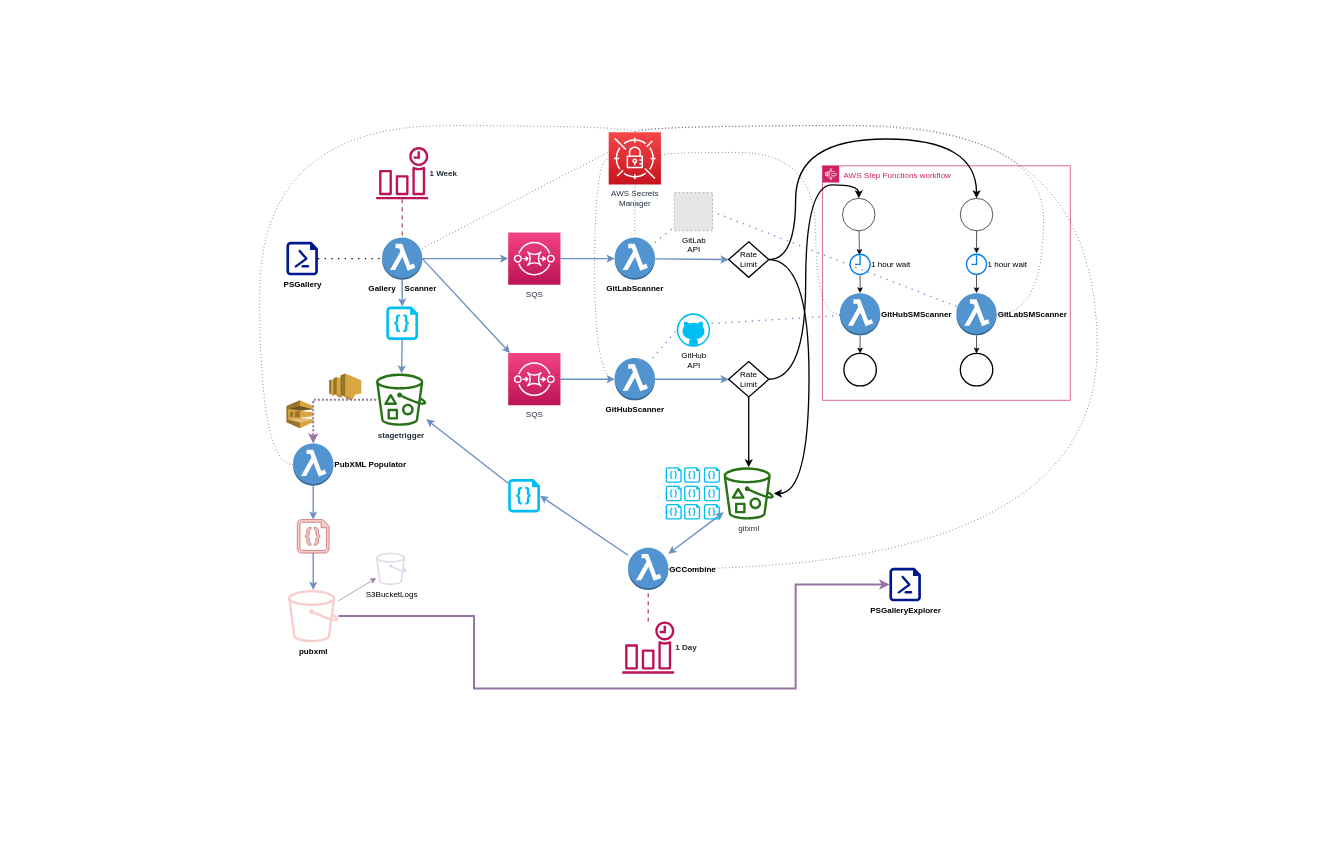
This is media/raw_diagrams/serverless_powershell_datapull.drawio from techthoughts2/PSGalleryExplorer, a draw.io file, before an edit. Source tidied: cells renumbered, new cells numbered last; positions are measured from the earlier drawing's top-left corner, leaving out a move shared by most shapes. Both pictures are drawn from the tidied source at 67%, with x=0, y=0 at pixel (259, 125). Pictures stored in the file or linked from it are replaced by grey dashed boxes.
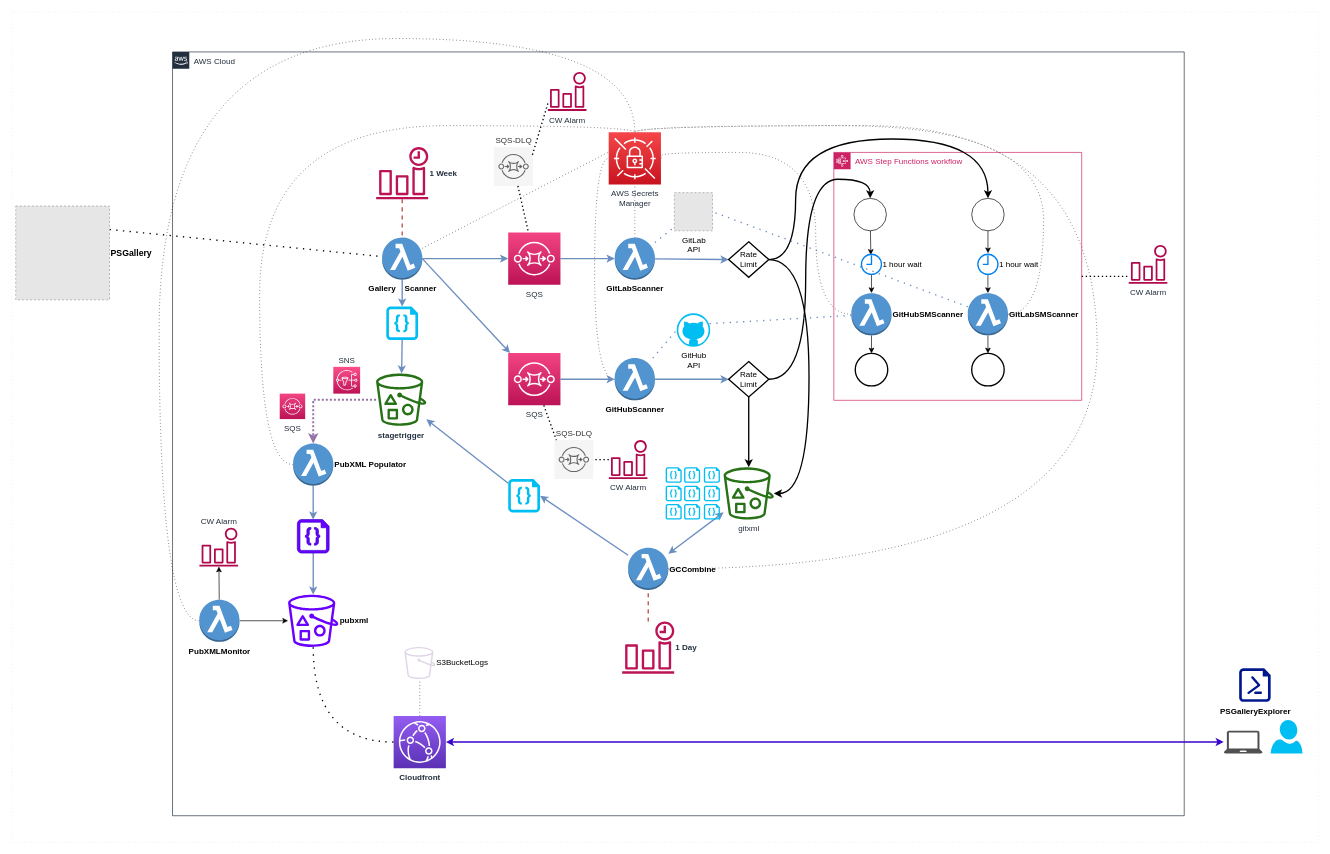
The same diagram, later.

Commit message (it also covers changes not shown here):
added cloudfront context

Unchanged cells that the change refers to:
```xml
<mxCell id="10" value="&lt;b&gt;Gallery&amp;nbsp;&amp;nbsp;&amp;nbsp; Scanner&lt;/b&gt;" style="outlineConnect=0;dashed=0;verticalLabelPosition=bottom;verticalAlign=top;align=center;html=1;shape=mxgraph.aws3.lambda_function;fillColor=#5294CF;gradientColor=none;" parent="1" vertex="1">
  <mxGeometry x="182.8" y="167" width="60" height="63" as="geometry" />
</mxCell>
<mxCell id="38" value="&lt;div&gt;Rate&lt;/div&gt;&lt;div&gt;Limit&lt;br&gt;&lt;/div&gt;" style="rhombus;whiteSpace=wrap;html=1;strokeWidth=2;" parent="1" vertex="1">
  <mxGeometry x="700" y="173.5" width="60" height="52.8" as="geometry" />
</mxCell>
<mxCell id="50" value="&lt;div&gt;Rate&lt;/div&gt;&lt;div&gt;Limit&lt;br&gt;&lt;/div&gt;" style="rhombus;whiteSpace=wrap;html=1;strokeWidth=2;" parent="1" vertex="1">
  <mxGeometry x="700" y="352.2" width="60" height="52.8" as="geometry" />
</mxCell>
<mxCell id="79" value="SQS" style="outlineConnect=0;fontColor=#232F3E;gradientColor=#F34482;gradientDirection=north;fillColor=#BC1356;strokeColor=#ffffff;dashed=0;verticalLabelPosition=bottom;verticalAlign=top;align=center;html=1;fontSize=12;fontStyle=0;shape=mxgraph.aws4.resourceIcon;resIcon=mxgraph.aws4.sqs;" parent="1" vertex="1">
  <mxGeometry x="371" y="159.5" width="78" height="78" as="geometry" />
</mxCell>
<mxCell id="81" value="SQS" style="outlineConnect=0;fontColor=#232F3E;gradientColor=#F34482;gradientDirection=north;fillColor=#BC1356;strokeColor=#ffffff;dashed=0;verticalLabelPosition=bottom;verticalAlign=top;align=center;html=1;fontSize=12;fontStyle=0;shape=mxgraph.aws4.resourceIcon;resIcon=mxgraph.aws4.sqs;" parent="1" vertex="1">
  <mxGeometry x="371" y="339.5" width="78" height="78" as="geometry" />
</mxCell>
<mxCell id="82" value="AWS Secrets&lt;br&gt;Manager" style="outlineConnect=0;fontColor=#232F3E;gradientColor=#F54749;gradientDirection=north;fillColor=#C7131F;strokeColor=#ffffff;dashed=0;verticalLabelPosition=bottom;verticalAlign=top;align=center;html=1;fontSize=12;fontStyle=0;shape=mxgraph.aws4.resourceIcon;resIcon=mxgraph.aws4.secrets_manager;" parent="1" vertex="1">
  <mxGeometry x="521" y="10" width="78" height="78" as="geometry" />
</mxCell>
```

What changed in the source:
```diff
@@
-    <mxCell id="2" style="rounded=0;jettySize=auto;html=1;startArrow=none;startFill=0;endArrow=classic;endFill=1;strokeWidth=1;fillColor=#e1d5e7;strokeColor=#9673a6;" parent="1" edge="1" source="4" target="77">
-      <mxGeometry relative="1" as="geometry" />
-    </mxCell>
-    <mxCell id="3" style="edgeStyle=orthogonalEdgeStyle;rounded=0;jettySize=auto;html=1;entryX=0;entryY=0.5;entryDx=0;entryDy=0;entryPerimeter=0;startArrow=none;startFill=0;endArrow=classic;endFill=1;strokeWidth=3;fillColor=#e1d5e7;strokeColor=#9673a6;" parent="1" edge="1" source="4" target="21">
-      <mxGeometry relative="1" as="geometry">
-        <Array as="points">
-          <mxPoint x="320" y="732" />
-          <mxPoint x="320" y="840" />
-          <mxPoint x="800" y="840" />
-          <mxPoint x="800" y="685" />
-        </Array>
-      </mxGeometry>
-    </mxCell>
-    <mxCell id="4" value="&lt;b&gt;pubxml&lt;/b&gt;" style="outlineConnect=0;fillColor=#f8cecc;strokeColor=#b85450;dashed=0;verticalLabelPosition=bottom;verticalAlign=top;align=center;html=1;fontSize=12;fontStyle=0;shape=mxgraph.aws4.bucket;" parent="1" vertex="1">
-      <mxGeometry x="42.5" y="693" width="75" height="78" as="geometry" />
-    </mxCell>
+    <mxCell id="85" style="rounded=0;whiteSpace=wrap;html=1;fillColor=none;strokeColor=#D5E8D4;strokeWidth=1;dashed=1;dashPattern=1 4;fontColor=#333333;" parent="1" vertex="1">
+      <mxGeometry x="-370" y="-170" width="1950" height="1240" as="geometry" />
+    </mxCell>
@@
-    <mxCell id="6" style="verticalLabelPosition=bottom;html=1;verticalAlign=top;align=center;strokeColor=#b85450;fillColor=#f8cecc;shape=mxgraph.azure.code_file;" parent="1" vertex="1">
+    <mxCell id="6" style="verticalLabelPosition=bottom;html=1;verticalAlign=top;align=center;strokeColor=#3700CC;fillColor=#6a00ff;shape=mxgraph.azure.code_file;fontColor=#ffffff;" parent="1" vertex="1">
       <mxGeometry x="56.2" y="588" width="47.5" height="50" as="geometry" />
     </mxCell>
@@
-    <mxCell id="11" style="dashed=0;verticalLabelPosition=bottom;verticalAlign=top;align=center;html=1;shape=mxgraph.aws3.sns;fillColor=#D9A741;gradientColor=none;" parent="1" vertex="1">
-      <mxGeometry x="103.8" y="370" width="48" height="40" as="geometry" />
-    </mxCell>
-    <mxCell id="12" style="dashed=0;verticalLabelPosition=bottom;verticalAlign=top;align=center;html=1;shape=mxgraph.aws3.sqs;fillColor=#D9A741;gradientColor=none;" parent="1" vertex="1">
-      <mxGeometry x="40" y="410" width="40" height="41.5" as="geometry" />
-    </mxCell>
@@
     <mxCell id="21" value="&lt;div&gt;&lt;b&gt;PSGalleryExplorer&lt;/b&gt;&lt;/div&gt;" style="shadow=0;dashed=0;html=1;strokeColor=none;labelPosition=center;verticalLabelPosition=bottom;verticalAlign=top;align=center;fillColor=#00188D;shape=mxgraph.azure.powershell_file;" parent="1" vertex="1">
-      <mxGeometry x="940" y="660" width="47" height="50" as="geometry" />
+      <mxGeometry x="1462" y="810" width="47" height="50" as="geometry" />
     </mxCell>
     <mxCell id="22" value="AWS Step Functions workflow" style="points=[[0,0],[0.25,0],[0.5,0],[0.75,0],[1,0],[1,0.25],[1,0.5],[1,0.75],[1,1],[0.75,1],[0.5,1],[0.25,1],[0,1],[0,0.75],[0,0.5],[0,0.25]];outlineConnect=0;gradientColor=none;html=1;whiteSpace=wrap;fontSize=12;fontStyle=0;shape=mxgraph.aws4.group;grIcon=mxgraph.aws4.group_aws_step_functions_workflow;strokeColor=#CD2264;fillColor=none;verticalAlign=top;align=left;spacingLeft=30;fontColor=#CD2264;dashed=0;" parent="1" vertex="1">
-      <mxGeometry x="840" y="60" width="370" height="350" as="geometry" />
+      <mxGeometry x="857" y="40" width="370" height="370" as="geometry" />
     </mxCell>
@@
-    <mxCell id="30" style="edgeStyle=orthogonalEdgeStyle;rounded=0;jettySize=auto;html=1;dashed=1;endArrow=none;endFill=0;strokeWidth=2;dashPattern=1 4;" parent="1" edge="1" source="31" target="10">
+    <mxCell id="30" style="rounded=0;jettySize=auto;html=1;dashed=1;endArrow=none;endFill=0;strokeWidth=2;dashPattern=1 4;exitX=1;exitY=0.25;exitDx=0;exitDy=0;" parent="1" edge="1" source="31" target="10">
       <mxGeometry relative="1" as="geometry" />
     </mxCell>
-    <mxCell id="31" value="PSGallery" style="shadow=0;dashed=0;html=1;strokeColor=none;labelPosition=center;verticalLabelPosition=bottom;verticalAlign=top;align=center;fillColor=#00188D;shape=mxgraph.azure.powershell_file;fontStyle=1;" parent="1" vertex="1">
-      <mxGeometry x="40" y="173.5" width="47" height="50" as="geometry" />
-    </mxCell>
@@
     <mxCell id="36" style="edgeStyle=orthogonalEdgeStyle;rounded=0;jettySize=auto;html=1;entryX=0.5;entryY=0;entryDx=0;entryDy=0;endArrow=classic;endFill=1;strokeWidth=2;curved=1;" parent="1" edge="1" source="38" target="59">
       <mxGeometry relative="1" as="geometry">
         <Array as="points">
           <mxPoint x="800" y="200" />
           <mxPoint x="800" y="20" />
-          <mxPoint x="1070" y="20" />
+          <mxPoint x="1087" y="20" />
         </Array>
       </mxGeometry>
     </mxCell>
@@
     <mxCell id="40" style="ellipse;whiteSpace=wrap;html=1;" parent="1" vertex="1">
-      <mxGeometry x="870" y="108.5" width="48.5" height="48.5" as="geometry" />
+      <mxGeometry x="887" y="108.5" width="48.5" height="48.5" as="geometry" />
     </mxCell>
@@
     <mxCell id="48" style="edgeStyle=orthogonalEdgeStyle;curved=1;rounded=0;jettySize=auto;html=1;entryX=0.5;entryY=0;entryDx=0;entryDy=0;endArrow=classic;endFill=1;strokeWidth=2;" parent="1" edge="1" source="50" target="40">
-      <mxGeometry relative="1" as="geometry" />
+      <mxGeometry relative="1" as="geometry">
+        <Array as="points">
+          <mxPoint x="815" y="379" />
+          <mxPoint x="815" y="80" />
+          <mxPoint x="911" y="80" />
+        </Array>
+      </mxGeometry>
     </mxCell>
@@
     <mxCell id="52" value="&lt;div&gt;1 hour wait&lt;br&gt;&lt;/div&gt;" style="html=1;verticalLabelPosition=middle;align=left;labelBackgroundColor=#ffffff;verticalAlign=middle;strokeWidth=2;strokeColor=#0080F0;shadow=0;dashed=0;shape=mxgraph.ios7.icons.clock;labelPosition=right;" parent="1" vertex="1">
-      <mxGeometry x="881.2" y="192" width="30" height="30" as="geometry" />
+      <mxGeometry x="898.2" y="192" width="30" height="30" as="geometry" />
     </mxCell>
@@
     <mxCell id="56" value="&lt;b&gt;GitHubSMScanner&lt;/b&gt;" style="outlineConnect=0;dashed=0;verticalLabelPosition=middle;verticalAlign=middle;align=left;html=1;shape=mxgraph.aws3.lambda_function;fillColor=#5294CF;gradientColor=none;labelPosition=right;" parent="1" vertex="1">
-      <mxGeometry x="866.2" y="250" width="60" height="63" as="geometry" />
+      <mxGeometry x="883.2" y="250" width="60" height="63" as="geometry" />
     </mxCell>
     <mxCell id="57" style="ellipse;whiteSpace=wrap;html=1;strokeWidth=2;" parent="1" vertex="1">
-      <mxGeometry x="872" y="340" width="48.5" height="48.5" as="geometry" />
+      <mxGeometry x="889" y="340" width="48.5" height="48.5" as="geometry" />
     </mxCell>
@@
     <mxCell id="59" style="ellipse;whiteSpace=wrap;html=1;" parent="1" vertex="1">
-      <mxGeometry x="1045.8" y="108.5" width="48.5" height="48.5" as="geometry" />
+      <mxGeometry x="1062.8" y="108.5" width="48.5" height="48.5" as="geometry" />
     </mxCell>
@@
     <mxCell id="61" value="&lt;div&gt;1 hour wait&lt;br&gt;&lt;/div&gt;" style="html=1;verticalLabelPosition=middle;align=left;labelBackgroundColor=#ffffff;verticalAlign=middle;strokeWidth=2;strokeColor=#0080F0;shadow=0;dashed=0;shape=mxgraph.ios7.icons.clock;labelPosition=right;" parent="1" vertex="1">
-      <mxGeometry x="1055" y="192" width="30" height="30" as="geometry" />
+      <mxGeometry x="1072" y="192" width="30" height="30" as="geometry" />
     </mxCell>
@@
     <mxCell id="65" value="GitLabSMScanner" style="outlineConnect=0;dashed=0;verticalLabelPosition=middle;verticalAlign=middle;align=left;html=1;shape=mxgraph.aws3.lambda_function;fillColor=#5294CF;gradientColor=none;labelPosition=right;fontStyle=1;" parent="1" vertex="1">
-      <mxGeometry x="1040" y="250" width="60" height="63" as="geometry" />
+      <mxGeometry x="1057" y="250" width="60" height="63" as="geometry" />
     </mxCell>
     <mxCell id="66" style="ellipse;whiteSpace=wrap;html=1;strokeWidth=2;" parent="1" vertex="1">
-      <mxGeometry x="1045.8" y="340" width="48.5" height="48.5" as="geometry" />
+      <mxGeometry x="1062.8" y="340" width="48.5" height="48.5" as="geometry" />
     </mxCell>
@@
-    <mxCell id="77" value="S3BucketLogs" style="outlineConnect=0;fillColor=#e1d5e7;strokeColor=#9673a6;dashed=0;verticalLabelPosition=bottom;verticalAlign=top;align=center;html=1;fontSize=12;fontStyle=0;shape=mxgraph.aws4.bucket;" parent="1" vertex="1">
-      <mxGeometry x="173.8" y="637.5" width="46.2" height="48" as="geometry" />
-    </mxCell>
@@
+    <mxCell id="31" value="PSGallery" style="fillColor=#E6E6E6;strokeColor=#999999;dashed=1;verticalLabelPosition=middle;labelBackgroundColor=default;verticalAlign=middle;fontSize=13;fontStyle=1;labelPosition=right;align=left;" parent="1" vertex="1">
+      <mxGeometry x="-364" y="120" width="140" height="140" as="geometry" />
+    </mxCell>
+    <mxCell id="4" value="&lt;font color=&quot;#000000&quot;&gt;&lt;b&gt;pubxml&lt;/b&gt;&lt;/font&gt;" style="outlineConnect=0;fontColor=#ffffff;fillColor=#6a00ff;strokeColor=#3700CC;dashed=0;verticalLabelPosition=middle;verticalAlign=middle;align=left;html=1;fontSize=12;fontStyle=0;shape=mxgraph.aws4.bucket_with_objects;labelPosition=right;" parent="1" vertex="1">
+      <mxGeometry x="42.5" y="700" width="75" height="78" as="geometry" />
+    </mxCell>
+    <mxCell id="86" style="edgeStyle=orthogonalEdgeStyle;curved=1;rounded=0;jettySize=auto;html=1;fontColor=#000000;endArrow=none;endFill=0;strokeWidth=2;dashed=1;dashPattern=1 4;" parent="1" edge="1" source="87" target="4">
+      <mxGeometry relative="1" as="geometry" />
+    </mxCell>
+    <mxCell id="87" value="&lt;b&gt;Cloudfront&lt;/b&gt;" style="sketch=0;points=[[0,0,0],[0.25,0,0],[0.5,0,0],[0.75,0,0],[1,0,0],[0,1,0],[0.25,1,0],[0.5,1,0],[0.75,1,0],[1,1,0],[0,0.25,0],[0,0.5,0],[0,0.75,0],[1,0.25,0],[1,0.5,0],[1,0.75,0]];outlineConnect=0;fontColor=#232F3E;gradientColor=#945DF2;gradientDirection=north;fillColor=#5A30B5;strokeColor=#ffffff;dashed=0;verticalLabelPosition=bottom;verticalAlign=top;align=center;html=1;fontSize=12;fontStyle=0;shape=mxgraph.aws4.resourceIcon;resIcon=mxgraph.aws4.cloudfront;" parent="1" vertex="1">
+      <mxGeometry x="200" y="881" width="78" height="78" as="geometry" />
+    </mxCell>
+    <mxCell id="77" value="S3BucketLogs" style="outlineConnect=0;fillColor=#e1d5e7;strokeColor=#9673a6;dashed=0;verticalLabelPosition=middle;verticalAlign=middle;align=left;html=1;fontSize=12;fontStyle=0;shape=mxgraph.aws4.bucket;labelPosition=right;" parent="1" vertex="1">
+      <mxGeometry x="216" y="778" width="46.2" height="48" as="geometry" />
+    </mxCell>
+    <mxCell id="88" style="rounded=0;jettySize=auto;html=1;fontColor=#000000;endArrow=none;endFill=0;strokeWidth=1;dashed=1;exitX=0.5;exitY=0;exitDx=0;exitDy=0;exitPerimeter=0;dashPattern=1 4;" parent="1" edge="1" source="87" target="77">
+      <mxGeometry relative="1" as="geometry" />
+    </mxCell>
+    <mxCell id="89" style="verticalLabelPosition=bottom;html=1;verticalAlign=top;align=center;strokeColor=none;fillColor=#00BEF2;shape=mxgraph.azure.user;fontColor=#000000;" parent="1" vertex="1">
+      <mxGeometry x="1509" y="887" width="47.5" height="50" as="geometry" />
+    </mxCell>
+    <mxCell id="90" style="edgeStyle=orthogonalEdgeStyle;curved=1;rounded=0;jettySize=auto;html=1;fontColor=#000000;endArrow=classic;endFill=1;strokeWidth=2;fillColor=#6a00ff;strokeColor=#3700CC;startArrow=classic;startFill=1;entryX=1;entryY=0.5;entryDx=0;entryDy=0;entryPerimeter=0;" parent="1" edge="1" source="91" target="87">
+      <mxGeometry relative="1" as="geometry" />
+    </mxCell>
+    <mxCell id="91" style="sketch=0;shadow=0;dashed=0;html=1;strokeColor=none;fillColor=#505050;labelPosition=center;verticalLabelPosition=bottom;verticalAlign=top;outlineConnect=0;align=center;shape=mxgraph.office.devices.laptop;fontColor=#000000;" parent="1" vertex="1">
+      <mxGeometry x="1439" y="903" width="58" height="34" as="geometry" />
+    </mxCell>
+    <mxCell id="92" value="SQS-DLQ" style="outlineConnect=0;fontColor=#333333;gradientDirection=north;fillColor=#f5f5f5;strokeColor=#666666;dashed=0;verticalLabelPosition=top;verticalAlign=bottom;align=center;html=1;fontSize=12;fontStyle=0;shape=mxgraph.aws4.resourceIcon;resIcon=mxgraph.aws4.sqs;labelPosition=center;points=[[0.05,0,0,0,0]];" parent="1" vertex="1">
+      <mxGeometry x="440" y="469.4" width="58" height="58" as="geometry" />
+    </mxCell>
+    <mxCell id="93" style="edgeStyle=none;rounded=0;jettySize=auto;html=1;dashed=1;dashPattern=1 2;endArrow=none;endFill=0;strokeWidth=2;" parent="1" edge="1" source="94" target="92">
+      <mxGeometry relative="1" as="geometry" />
+    </mxCell>
+    <mxCell id="94" value="CW Alarm" style="sketch=0;outlineConnect=0;fontColor=#232F3E;gradientColor=none;fillColor=#B0084D;strokeColor=none;dashed=0;verticalLabelPosition=bottom;verticalAlign=top;align=center;html=1;fontSize=12;fontStyle=0;shape=mxgraph.aws4.alarm;" parent="1" vertex="1">
+      <mxGeometry x="521" y="469.4" width="58" height="58" as="geometry" />
+    </mxCell>
+    <mxCell id="95" style="edgeStyle=none;rounded=0;jettySize=auto;html=1;dashed=1;dashPattern=1 2;endArrow=none;endFill=0;strokeWidth=2;entryX=0.05;entryY=0;entryDx=0;entryDy=0;entryPerimeter=0;" parent="1" edge="1" source="81" target="92">
+      <mxGeometry relative="1" as="geometry" />
+    </mxCell>
+    <mxCell id="96" value="SQS-DLQ" style="outlineConnect=0;fontColor=#333333;gradientDirection=north;fillColor=#f5f5f5;strokeColor=#666666;dashed=0;verticalLabelPosition=top;verticalAlign=bottom;align=center;html=1;fontSize=12;fontStyle=0;shape=mxgraph.aws4.resourceIcon;resIcon=mxgraph.aws4.sqs;labelPosition=center;points=[[0.05,0,0,0,0],[0.98,0.22,0,0,0]];" parent="1" vertex="1">
+      <mxGeometry x="350" y="32" width="58" height="58" as="geometry" />
+    </mxCell>
+    <mxCell id="97" style="edgeStyle=none;rounded=0;jettySize=auto;html=1;dashed=1;dashPattern=1 2;endArrow=none;endFill=0;strokeWidth=2;entryX=0.98;entryY=0.22;entryDx=0;entryDy=0;entryPerimeter=0;exitX=0;exitY=0.81;exitDx=0;exitDy=0;exitPerimeter=0;" parent="1" edge="1" source="98" target="96">
+      <mxGeometry relative="1" as="geometry" />
+    </mxCell>
+    <mxCell id="98" value="CW Alarm" style="sketch=0;outlineConnect=0;fontColor=#232F3E;gradientColor=none;fillColor=#B0084D;strokeColor=none;dashed=0;verticalLabelPosition=bottom;verticalAlign=top;align=center;html=1;fontSize=12;fontStyle=0;shape=mxgraph.aws4.alarm;points=[[0,0.81,0,0,0]];" parent="1" vertex="1">
+      <mxGeometry x="430" y="-80" width="58" height="58" as="geometry" />
+    </mxCell>
+    <mxCell id="99" style="edgeStyle=none;rounded=0;jettySize=auto;html=1;dashed=1;dashPattern=1 2;endArrow=none;endFill=0;strokeWidth=2;" parent="1" edge="1" source="96" target="79">
+      <mxGeometry relative="1" as="geometry" />
+    </mxCell>
+    <mxCell id="100" style="edgeStyle=none;rounded=0;jettySize=auto;html=1;dashed=1;dashPattern=1 2;endArrow=none;endFill=0;strokeWidth=2;entryX=0;entryY=0.81;entryDx=0;entryDy=0;entryPerimeter=0;exitX=1;exitY=0.5;exitDx=0;exitDy=0;" parent="1" edge="1" source="22" target="106">
+      <mxGeometry relative="1" as="geometry" />
+    </mxCell>
+    <mxCell id="101" style="edgeStyle=none;rounded=0;jettySize=auto;html=1;" parent="1" edge="1" source="103" target="4">
+      <mxGeometry relative="1" as="geometry" />
+    </mxCell>
+    <mxCell id="102" style="edgeStyle=none;rounded=0;jettySize=auto;html=1;" parent="1" edge="1" source="103" target="104">
+      <mxGeometry relative="1" as="geometry" />
+    </mxCell>
+    <mxCell id="103" value="&lt;b&gt;PubXMLMonitor&lt;/b&gt;" style="outlineConnect=0;dashed=0;verticalLabelPosition=bottom;verticalAlign=top;align=center;html=1;shape=mxgraph.aws3.lambda_function;fillColor=#5294CF;gradientColor=none;labelPosition=center;" parent="1" vertex="1">
+      <mxGeometry x="-90" y="707.5" width="60" height="63" as="geometry" />
+    </mxCell>
+    <mxCell id="104" value="CW Alarm" style="sketch=0;outlineConnect=0;fontColor=#232F3E;gradientColor=none;fillColor=#B0084D;strokeColor=none;dashed=0;verticalLabelPosition=top;verticalAlign=bottom;align=center;html=1;fontSize=12;fontStyle=0;shape=mxgraph.aws4.alarm;points=[[0,0.81,0,0,0]];labelPosition=center;" parent="1" vertex="1">
+      <mxGeometry x="-90" y="600" width="58" height="58" as="geometry" />
+    </mxCell>
+    <mxCell id="105" value="AWS Cloud" style="gradientColor=none;html=1;whiteSpace=wrap;fontSize=12;fontStyle=0;shape=mxgraph.aws4.group;grIcon=mxgraph.aws4.group_aws_cloud_alt;strokeColor=#232F3E;fillColor=none;verticalAlign=top;align=left;spacingLeft=30;fontColor=#232F3E;dashed=0;" parent="1" vertex="1">
+      <mxGeometry x="-130" y="-110" width="1510" height="1140" as="geometry" />
+    </mxCell>
+    <mxCell id="106" value="CW Alarm" style="sketch=0;outlineConnect=0;fontColor=#232F3E;gradientColor=none;fillColor=#B0084D;strokeColor=none;dashed=0;verticalLabelPosition=bottom;verticalAlign=top;align=center;html=1;fontSize=12;fontStyle=0;shape=mxgraph.aws4.alarm;points=[[0,0.81,0,0,0]];" parent="105" vertex="1">
+      <mxGeometry x="1427" y="288" width="58" height="58" as="geometry" />
+    </mxCell>
+    <mxCell id="107" value="SNS" style="sketch=0;fontColor=#232F3E;gradientColor=#FF4F8B;gradientDirection=north;fillColor=#BC1356;strokeColor=#ffffff;dashed=0;verticalLabelPosition=top;verticalAlign=bottom;align=center;html=1;fontSize=12;fontStyle=0;shape=mxgraph.aws4.resourceIcon;resIcon=mxgraph.aws4.sns;labelPosition=center;" parent="105" vertex="1">
+      <mxGeometry x="240" y="470" width="40" height="40" as="geometry" />
+    </mxCell>
+    <mxCell id="108" value="SQS" style="fontColor=#232F3E;gradientColor=#F34482;gradientDirection=north;fillColor=#BC1356;strokeColor=#ffffff;dashed=0;verticalLabelPosition=bottom;verticalAlign=top;align=center;html=1;fontSize=12;fontStyle=0;shape=mxgraph.aws4.resourceIcon;resIcon=mxgraph.aws4.sqs;" parent="105" vertex="1">
+      <mxGeometry x="160" y="510" width="38" height="38" as="geometry" />
+    </mxCell>
+    <mxCell id="109" style="edgeStyle=orthogonalEdgeStyle;rounded=0;jettySize=auto;html=1;dashed=1;dashPattern=1 4;startArrow=none;startFill=0;endArrow=none;endFill=0;strokeWidth=1;curved=1;exitX=0;exitY=0.5;exitDx=0;exitDy=0;exitPerimeter=0;" parent="1" edge="1" source="103" target="82">
+      <mxGeometry relative="1" as="geometry">
+        <Array as="points">
+          <mxPoint x="-150" y="739" />
+          <mxPoint x="-150" y="-130" />
+          <mxPoint x="560" y="-130" />
+        </Array>
+      </mxGeometry>
+    </mxCell>
```
